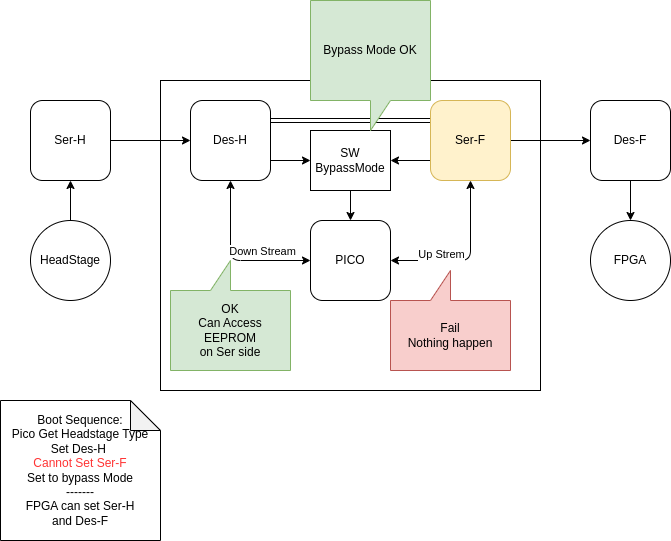
tzechienchu/mynotes keeps this draw.io diagram as docs/diagrams/2025/Repeater.png. Above is the earlier version. Source tidied: cells renumbered, new cells last; positions are measured from the earlier drawing's top-left corner, leaving out a move shared by most shapes. The source it was exported from:
```xml
<mxGraphModel>
  <root>
    <mxCell id="0" />
    <mxCell id="1" parent="0" />
    <mxCell id="2" style="rounded=0;whiteSpace=wrap;html=1;" parent="1" vertex="1">
      <mxGeometry x="160" y="80" width="380" height="310" as="geometry" />
    </mxCell>
    <mxCell id="3" style="edgeStyle=none;html=1;exitX=1;exitY=0.5;exitDx=0;exitDy=0;" parent="1" edge="1" source="4" target="9">
      <mxGeometry relative="1" as="geometry" />
    </mxCell>
    <mxCell id="4" value="Ser-H" style="rounded=1;whiteSpace=wrap;html=1;" parent="1" vertex="1">
      <mxGeometry x="30" y="100" width="80" height="80" as="geometry" />
    </mxCell>
    <mxCell id="5" style="edgeStyle=none;html=1;exitX=0.5;exitY=1;exitDx=0;exitDy=0;entryX=0;entryY=0.5;entryDx=0;entryDy=0;startArrow=classic;startFill=1;" parent="1" edge="1" source="9" target="17">
      <mxGeometry relative="1" as="geometry">
        <Array as="points">
          <mxPoint x="230" y="260" />
        </Array>
      </mxGeometry>
    </mxCell>
    <mxCell id="6" value="Down Stream" style="edgeLabel;html=1;align=center;verticalAlign=middle;" parent="5" vertex="1">
      <mxGeometry x="0.39" y="2" relative="1" as="geometry">
        <mxPoint y="-8" as="offset" />
      </mxGeometry>
    </mxCell>
    <mxCell id="7" style="edgeStyle=none;html=1;exitX=1;exitY=0.25;exitDx=0;exitDy=0;entryX=0;entryY=0.25;entryDx=0;entryDy=0;shape=link;" parent="1" edge="1" source="9" target="12">
      <mxGeometry relative="1" as="geometry" />
    </mxCell>
    <mxCell id="8" style="edgeStyle=none;html=1;exitX=1;exitY=0.75;exitDx=0;exitDy=0;entryX=0;entryY=0.5;entryDx=0;entryDy=0;" parent="1" edge="1" source="9" target="24">
      <mxGeometry relative="1" as="geometry" />
    </mxCell>
    <mxCell id="9" value="Des-H" style="rounded=1;whiteSpace=wrap;html=1;" parent="1" vertex="1">
      <mxGeometry x="190" y="100" width="80" height="80" as="geometry" />
    </mxCell>
    <mxCell id="10" style="edgeStyle=none;html=1;exitX=1;exitY=0.5;exitDx=0;exitDy=0;" parent="1" edge="1" source="12" target="14">
      <mxGeometry relative="1" as="geometry" />
    </mxCell>
    <mxCell id="11" style="edgeStyle=none;html=1;exitX=0;exitY=0.75;exitDx=0;exitDy=0;entryX=1;entryY=0.5;entryDx=0;entryDy=0;" parent="1" edge="1" source="12" target="24">
      <mxGeometry relative="1" as="geometry" />
    </mxCell>
    <mxCell id="12" value="Ser-F" style="rounded=1;whiteSpace=wrap;html=1;fillColor=#fff2cc;strokeColor=#d6b656;" parent="1" vertex="1">
      <mxGeometry x="430" y="100" width="80" height="80" as="geometry" />
    </mxCell>
    <mxCell id="13" style="edgeStyle=none;html=1;exitX=0.5;exitY=1;exitDx=0;exitDy=0;entryX=0.5;entryY=0;entryDx=0;entryDy=0;" parent="1" edge="1" source="14" target="20">
      <mxGeometry relative="1" as="geometry" />
    </mxCell>
    <mxCell id="14" value="Des-F" style="rounded=1;whiteSpace=wrap;html=1;" parent="1" vertex="1">
      <mxGeometry x="590" y="100" width="80" height="80" as="geometry" />
    </mxCell>
    <mxCell id="15" style="edgeStyle=none;html=1;exitX=1;exitY=0.5;exitDx=0;exitDy=0;entryX=0.5;entryY=1;entryDx=0;entryDy=0;startArrow=classic;startFill=1;" parent="1" edge="1" source="17" target="12">
      <mxGeometry relative="1" as="geometry">
        <Array as="points">
          <mxPoint x="470" y="260" />
        </Array>
      </mxGeometry>
    </mxCell>
    <mxCell id="16" value="Up Strem&lt;div&gt;&lt;br&gt;&lt;/div&gt;" style="edgeLabel;html=1;align=center;verticalAlign=middle;" parent="15" vertex="1">
      <mxGeometry x="-0.57" y="-3" relative="1" as="geometry">
        <mxPoint x="16" y="-3" as="offset" />
      </mxGeometry>
    </mxCell>
    <mxCell id="17" value="PICO" style="rounded=1;whiteSpace=wrap;html=1;" parent="1" vertex="1">
      <mxGeometry x="310" y="220" width="80" height="80" as="geometry" />
    </mxCell>
    <mxCell id="18" style="edgeStyle=none;html=1;exitX=0.5;exitY=0;exitDx=0;exitDy=0;entryX=0.5;entryY=1;entryDx=0;entryDy=0;" parent="1" edge="1" source="19" target="4">
      <mxGeometry relative="1" as="geometry" />
    </mxCell>
    <mxCell id="19" value="HeadStage" style="ellipse;whiteSpace=wrap;html=1;" parent="1" vertex="1">
      <mxGeometry x="30" y="220" width="80" height="80" as="geometry" />
    </mxCell>
    <mxCell id="20" value="FPGA" style="ellipse;whiteSpace=wrap;html=1;" parent="1" vertex="1">
      <mxGeometry x="590" y="220" width="80" height="80" as="geometry" />
    </mxCell>
    <mxCell id="21" value="OK&lt;div&gt;Can Access EEPROM&lt;/div&gt;&lt;div&gt;on Ser side&lt;/div&gt;" style="shape=callout;whiteSpace=wrap;html=1;perimeter=calloutPerimeter;direction=west;fillColor=#d5e8d4;strokeColor=#82b366;" parent="1" vertex="1">
      <mxGeometry x="170" y="260" width="120" height="110" as="geometry" />
    </mxCell>
    <mxCell id="22" value="Fail&lt;div&gt;Nothing happen&lt;/div&gt;" style="shape=callout;whiteSpace=wrap;html=1;perimeter=calloutPerimeter;direction=west;fillColor=#f8cecc;strokeColor=#b85450;" parent="1" vertex="1">
      <mxGeometry x="390" y="270" width="120" height="100" as="geometry" />
    </mxCell>
    <mxCell id="23" style="edgeStyle=none;html=1;exitX=0.5;exitY=1;exitDx=0;exitDy=0;entryX=0.5;entryY=0;entryDx=0;entryDy=0;" parent="1" edge="1" source="24" target="17">
      <mxGeometry relative="1" as="geometry" />
    </mxCell>
    <mxCell id="24" value="SW&lt;div&gt;BypassMode&lt;/div&gt;" style="rounded=0;whiteSpace=wrap;html=1;" parent="1" vertex="1">
      <mxGeometry x="310" y="130" width="80" height="60" as="geometry" />
    </mxCell>
    <mxCell id="25" value="Bypass Mode OK" style="shape=callout;whiteSpace=wrap;html=1;perimeter=calloutPerimeter;fillColor=#d5e8d4;strokeColor=#82b366;position2=0.5;" parent="1" vertex="1">
      <mxGeometry x="310" width="120" height="130" as="geometry" />
    </mxCell>
    <mxCell id="26" value="Boot Sequence:&lt;div&gt;Pico Get Headstage Type&lt;/div&gt;&lt;div&gt;Set Des-H&amp;nbsp;&lt;/div&gt;&lt;div&gt;&lt;font style=&quot;color: rgb(255, 51, 51);&quot;&gt;Cannot Set Ser-F&lt;/font&gt;&lt;/div&gt;&lt;div&gt;Set to bypass Mode&lt;/div&gt;&lt;div&gt;-------&lt;/div&gt;&lt;div&gt;FPGA can set Ser-H&lt;/div&gt;&lt;div&gt;and Des-F&lt;/div&gt;" style="shape=note;whiteSpace=wrap;html=1;backgroundOutline=1;darkOpacity=0.05;" parent="1" vertex="1">
      <mxGeometry y="400" width="160" height="140" as="geometry" />
    </mxCell>
  </root>
</mxGraphModel>
```
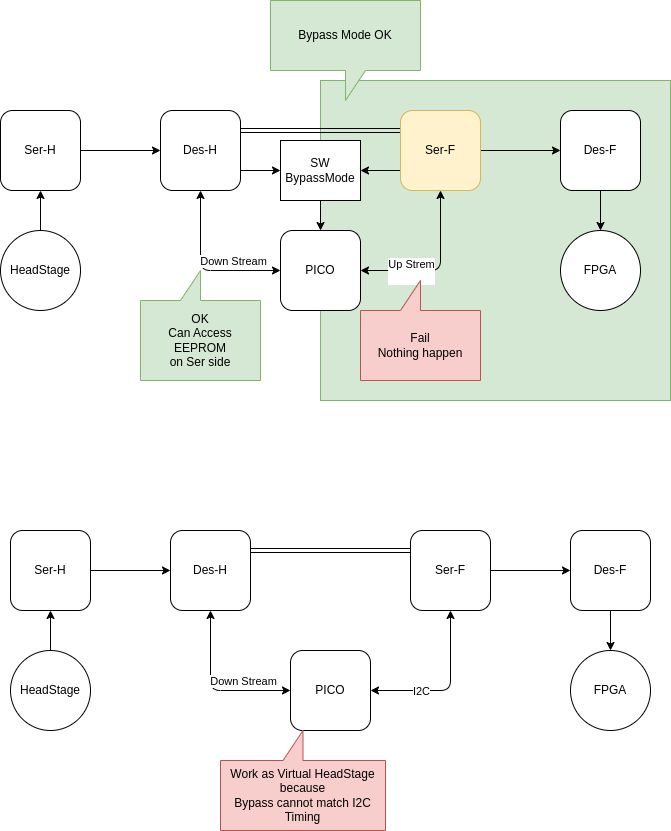
After the change.

What changed in the source:
```diff
@@ -2,8 +2,8 @@
   <root>
     <mxCell id="0" />
     <mxCell id="1" parent="0" />
-    <mxCell id="2" style="rounded=0;whiteSpace=wrap;html=1;" parent="1" vertex="1">
-      <mxGeometry x="160" y="80" width="380" height="310" as="geometry" />
+    <mxCell id="2" style="rounded=0;whiteSpace=wrap;html=1;fillColor=#d5e8d4;strokeColor=#82b366;" parent="1" vertex="1">
+      <mxGeometry x="350" y="70" width="350" height="320" as="geometry" />
     </mxCell>
     <mxCell id="3" style="edgeStyle=none;html=1;exitX=1;exitY=0.5;exitDx=0;exitDy=0;" parent="1" edge="1" source="4" target="9">
       <mxGeometry relative="1" as="geometry" />
@@ -84,10 +84,70 @@
       <mxGeometry x="310" y="130" width="80" height="60" as="geometry" />
     </mxCell>
     <mxCell id="25" value="Bypass Mode OK" style="shape=callout;whiteSpace=wrap;html=1;perimeter=calloutPerimeter;fillColor=#d5e8d4;strokeColor=#82b366;position2=0.5;" parent="1" vertex="1">
-      <mxGeometry x="310" width="120" height="130" as="geometry" />
+      <mxGeometry x="300" y="-10" width="150" height="100" as="geometry" />
     </mxCell>
-    <mxCell id="26" value="Boot Sequence:&lt;div&gt;Pico Get Headstage Type&lt;/div&gt;&lt;div&gt;Set Des-H&amp;nbsp;&lt;/div&gt;&lt;div&gt;&lt;font style=&quot;color: rgb(255, 51, 51);&quot;&gt;Cannot Set Ser-F&lt;/font&gt;&lt;/div&gt;&lt;div&gt;Set to bypass Mode&lt;/div&gt;&lt;div&gt;-------&lt;/div&gt;&lt;div&gt;FPGA can set Ser-H&lt;/div&gt;&lt;div&gt;and Des-F&lt;/div&gt;" style="shape=note;whiteSpace=wrap;html=1;backgroundOutline=1;darkOpacity=0.05;" parent="1" vertex="1">
-      <mxGeometry y="400" width="160" height="140" as="geometry" />
-    </mxCell>
+    <mxCell id="27" style="edgeStyle=none;html=1;exitX=1;exitY=0.5;exitDx=0;exitDy=0;" parent="1" edge="1" source="28" target="32">
+      <mxGeometry relative="1" as="geometry" />
+    </mxCell>
+    <mxCell id="28" value="Ser-H" style="rounded=1;whiteSpace=wrap;html=1;" parent="1" vertex="1">
+      <mxGeometry x="40" y="520" width="80" height="80" as="geometry" />
+    </mxCell>
+    <mxCell id="29" style="edgeStyle=none;html=1;exitX=0.5;exitY=1;exitDx=0;exitDy=0;entryX=0;entryY=0.5;entryDx=0;entryDy=0;startArrow=classic;startFill=1;" parent="1" edge="1" source="32" target="39">
+      <mxGeometry relative="1" as="geometry">
+        <Array as="points">
+          <mxPoint x="240" y="680" />
+        </Array>
+      </mxGeometry>
+    </mxCell>
+    <mxCell id="30" value="Down Stream" style="edgeLabel;html=1;align=center;verticalAlign=middle;" parent="29" vertex="1">
+      <mxGeometry x="0.39" y="2" relative="1" as="geometry">
+        <mxPoint y="-8" as="offset" />
+      </mxGeometry>
+    </mxCell>
+    <mxCell id="31" style="edgeStyle=none;html=1;exitX=1;exitY=0.25;exitDx=0;exitDy=0;entryX=0;entryY=0.25;entryDx=0;entryDy=0;shape=link;" parent="1" edge="1" source="32" target="34">
+      <mxGeometry relative="1" as="geometry" />
+    </mxCell>
+    <mxCell id="32" value="Des-H" style="rounded=1;whiteSpace=wrap;html=1;" parent="1" vertex="1">
+      <mxGeometry x="200" y="520" width="80" height="80" as="geometry" />
+    </mxCell>
+    <mxCell id="33" style="edgeStyle=none;html=1;exitX=1;exitY=0.5;exitDx=0;exitDy=0;" parent="1" edge="1" source="34" target="36">
+      <mxGeometry relative="1" as="geometry" />
+    </mxCell>
+    <mxCell id="34" value="Ser-F" style="rounded=1;whiteSpace=wrap;html=1;" parent="1" vertex="1">
+      <mxGeometry x="440" y="520" width="80" height="80" as="geometry" />
+    </mxCell>
+    <mxCell id="35" style="edgeStyle=none;html=1;exitX=0.5;exitY=1;exitDx=0;exitDy=0;entryX=0.5;entryY=0;entryDx=0;entryDy=0;" parent="1" edge="1" source="36" target="42">
+      <mxGeometry relative="1" as="geometry" />
+    </mxCell>
+    <mxCell id="36" value="Des-F" style="rounded=1;whiteSpace=wrap;html=1;" parent="1" vertex="1">
+      <mxGeometry x="600" y="520" width="80" height="80" as="geometry" />
+    </mxCell>
+    <mxCell id="37" style="edgeStyle=none;html=1;exitX=1;exitY=0.5;exitDx=0;exitDy=0;entryX=0.5;entryY=1;entryDx=0;entryDy=0;startArrow=classic;startFill=1;" parent="1" edge="1" source="39" target="34">
+      <mxGeometry relative="1" as="geometry">
+        <Array as="points">
+          <mxPoint x="480" y="680" />
+        </Array>
+      </mxGeometry>
+    </mxCell>
+    <mxCell id="38" value="I2C" style="edgeLabel;html=1;align=center;verticalAlign=middle;" parent="37" vertex="1">
+      <mxGeometry x="-0.57" y="-3" relative="1" as="geometry">
+        <mxPoint x="16" y="-3" as="offset" />
+      </mxGeometry>
+    </mxCell>
+    <mxCell id="39" value="PICO" style="rounded=1;whiteSpace=wrap;html=1;" parent="1" vertex="1">
+      <mxGeometry x="320" y="640" width="80" height="80" as="geometry" />
+    </mxCell>
+    <mxCell id="40" style="edgeStyle=none;html=1;exitX=0.5;exitY=0;exitDx=0;exitDy=0;entryX=0.5;entryY=1;entryDx=0;entryDy=0;" parent="1" edge="1" source="41" target="28">
+      <mxGeometry relative="1" as="geometry" />
+    </mxCell>
+    <mxCell id="41" value="HeadStage" style="ellipse;whiteSpace=wrap;html=1;" parent="1" vertex="1">
+      <mxGeometry x="40" y="640" width="80" height="80" as="geometry" />
+    </mxCell>
+    <mxCell id="42" value="FPGA" style="ellipse;whiteSpace=wrap;html=1;" parent="1" vertex="1">
+      <mxGeometry x="600" y="640" width="80" height="80" as="geometry" />
+    </mxCell>
+    <mxCell id="43" value="Work as Virtual HeadStage&lt;div&gt;because&lt;/div&gt;&lt;div&gt;Bypass cannot match I2C Timing&lt;/div&gt;" style="shape=callout;whiteSpace=wrap;html=1;perimeter=calloutPerimeter;direction=west;fillColor=#f8cecc;strokeColor=#b85450;" parent="1" vertex="1">
+      <mxGeometry x="250" y="720" width="165" height="100" as="geometry" />
+    </mxCell>
   </root>
 </mxGraphModel>
```
